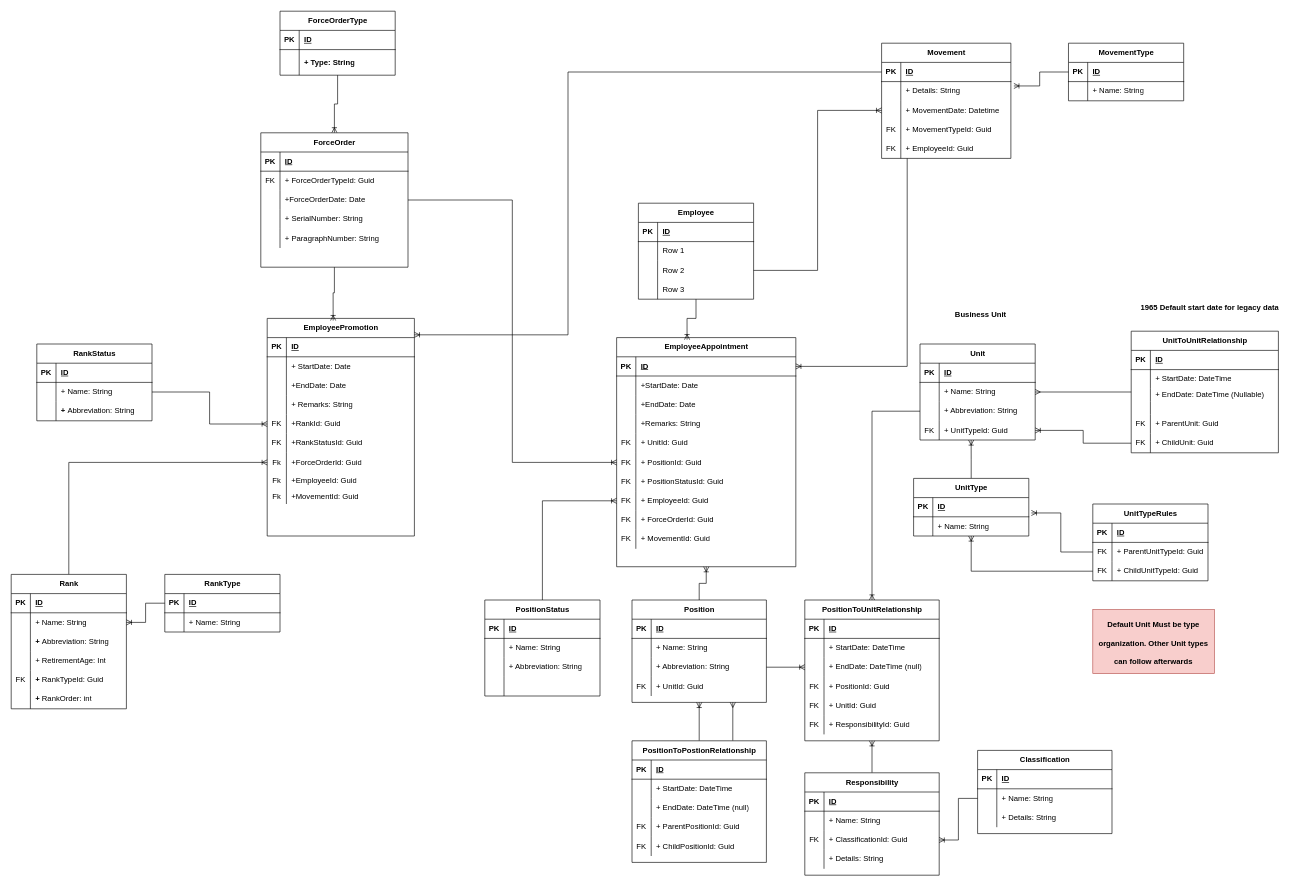
Earlier version of the draw.io diagram page "Employment Structure" (3 of 3) of GDFHrmsDesignDocs.drawio (ResearchAndDevelopmentSignal/GDFHRMSDesignDocs). Source tidied: cells renumbered, new cells numbered last; positions are measured from the earlier drawing's top-left corner, leaving out a move shared by most shapes. Both pictures are drawn from the tidied source at 64%, with x=0, y=0 at pixel (11, 11).
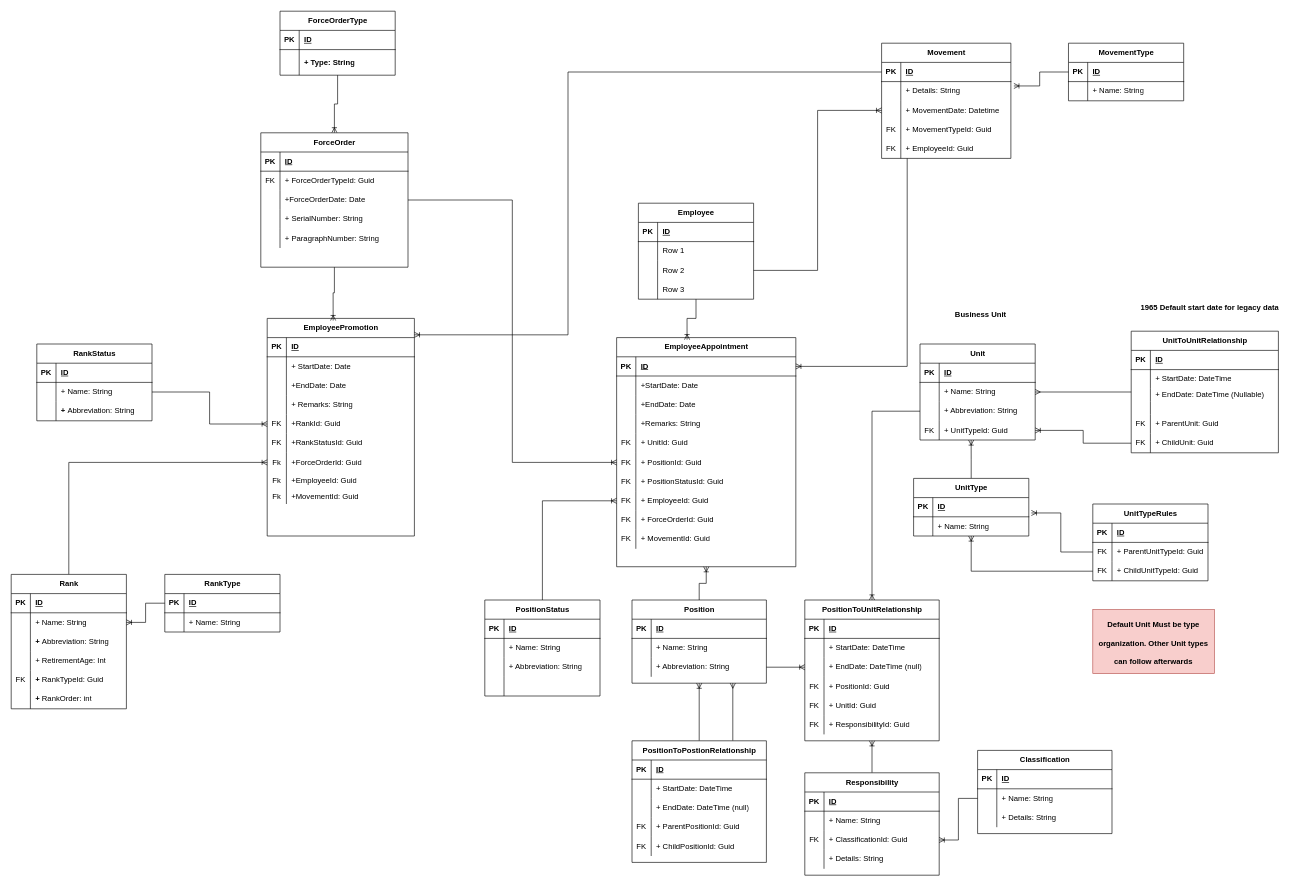
After the change.

Change to the diagram source:
```diff
@@
     <mxCell id="92" value="Position" style="shape=table;startSize=30;childLayout=tableLayout;rowLines=0;fontStyle=1;align=center;html=1;" parent="1" vertex="1">
-      <mxGeometry x="970" y="920" width="210" height="160" as="geometry" />
+      <mxGeometry x="970" y="920" width="210" height="130" as="geometry" />
     </mxCell>
@@
-    <mxCell id="102" style="shape=tableRow;horizontal=0;startSize=0;swimlaneHead=0;swimlaneBody=0;fillColor=none;top=0;left=0;right=0;bottom=0;" parent="92" vertex="1">
-      <mxGeometry y="120" width="210" height="30" as="geometry" />
-    </mxCell>
-    <mxCell id="103" value="FK" style="shape=partialRectangle;fillColor=none;top=0;left=0;bottom=0;right=0;overflow=hidden;whiteSpace=wrap;html=1;" parent="102" vertex="1">
-      <mxGeometry width="30" height="30" as="geometry" />
-    </mxCell>
-    <mxCell id="104" value="+ UnitId: Guid" style="shape=partialRectangle;fillColor=none;top=0;left=0;bottom=0;right=0;align=left;spacingLeft=6;overflow=hidden;whiteSpace=wrap;html=1;" parent="102" vertex="1">
-      <mxGeometry x="30" width="180" height="30" as="geometry" />
-    </mxCell>
```
